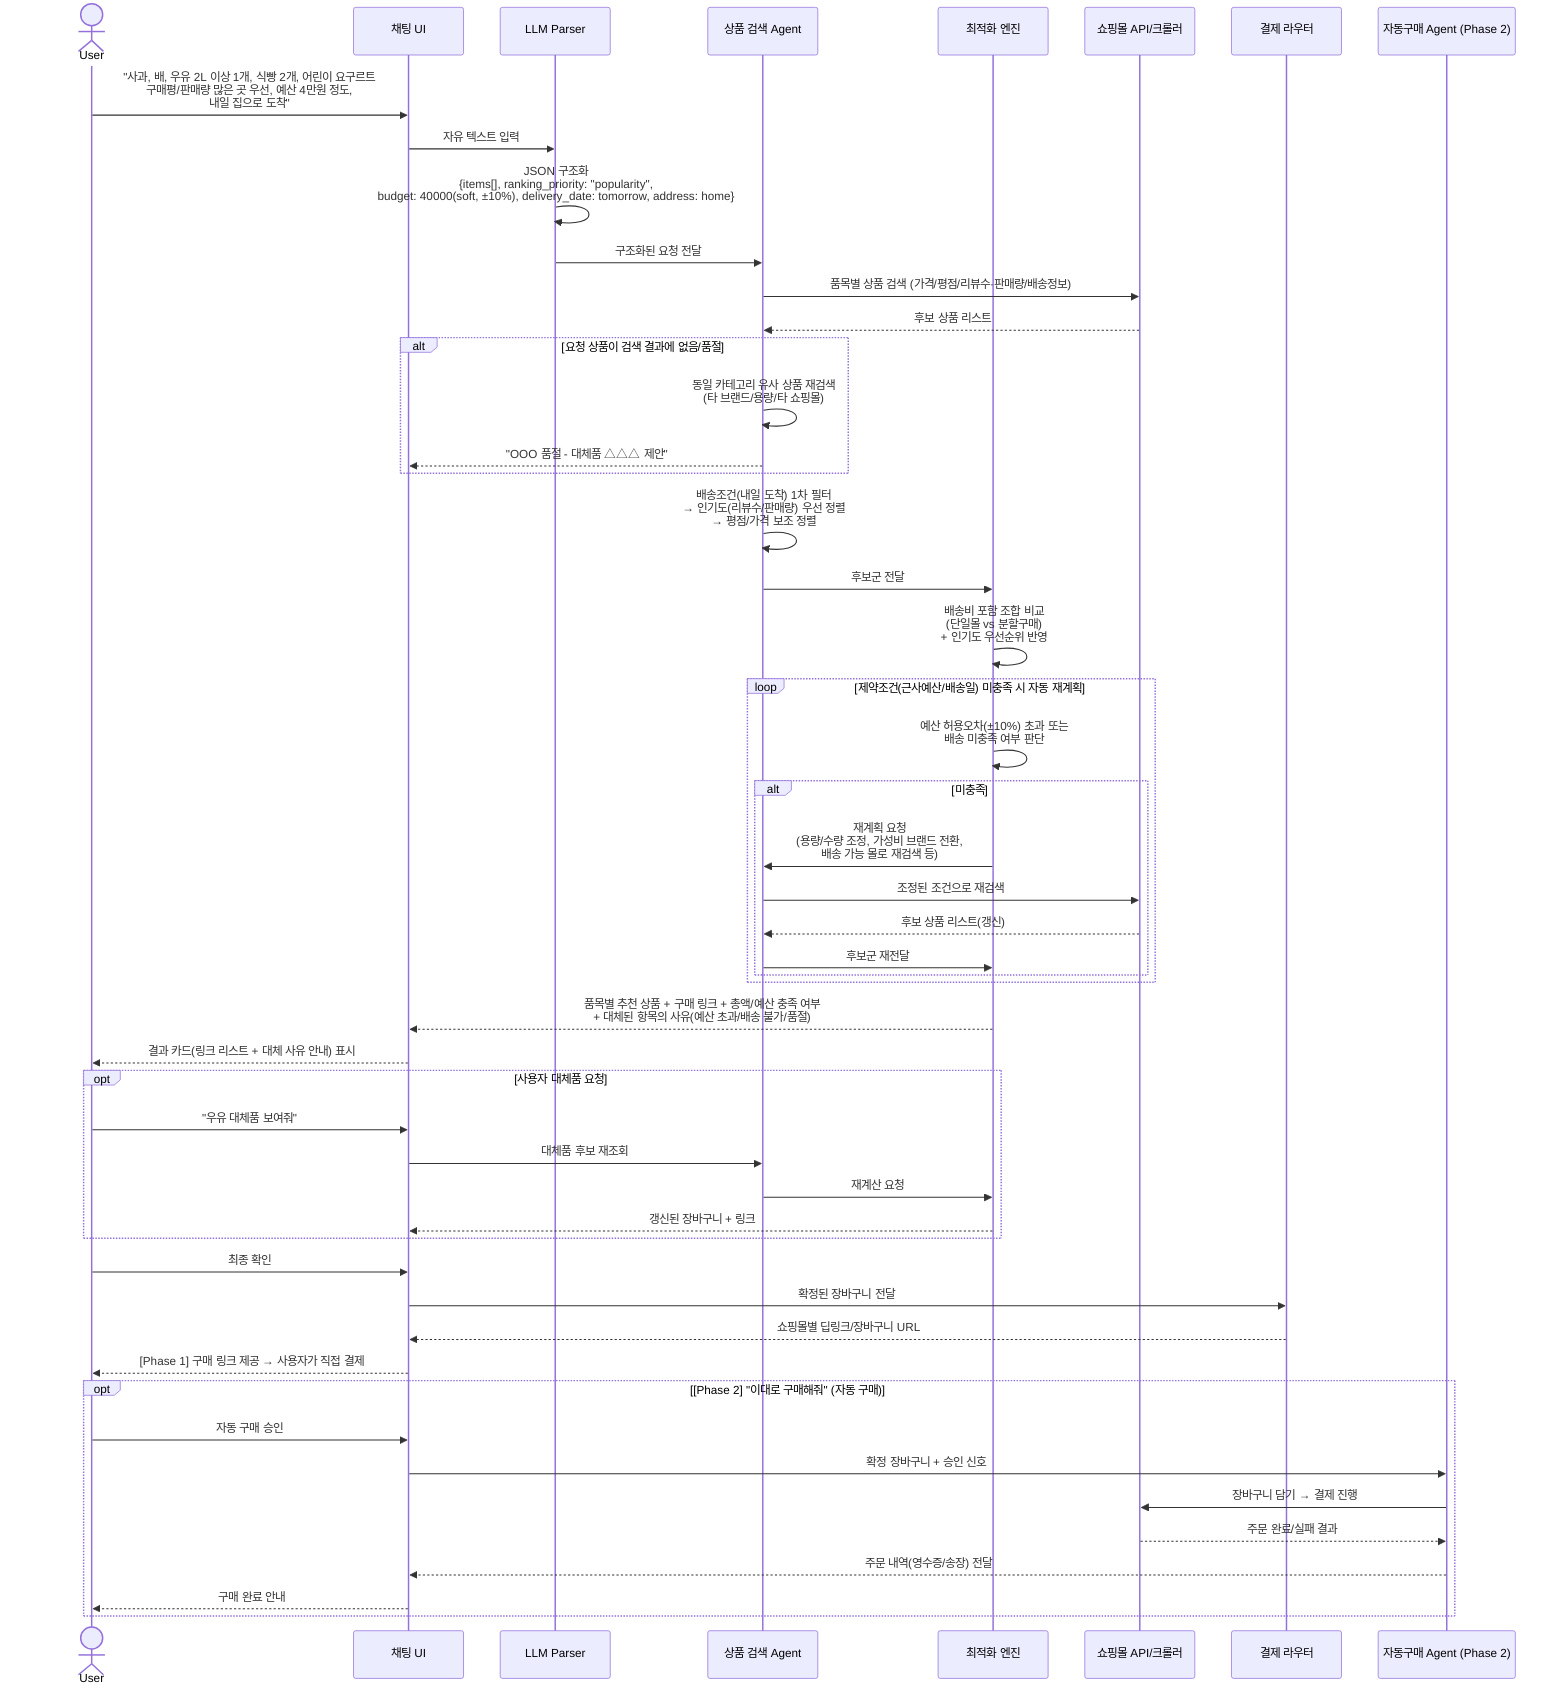
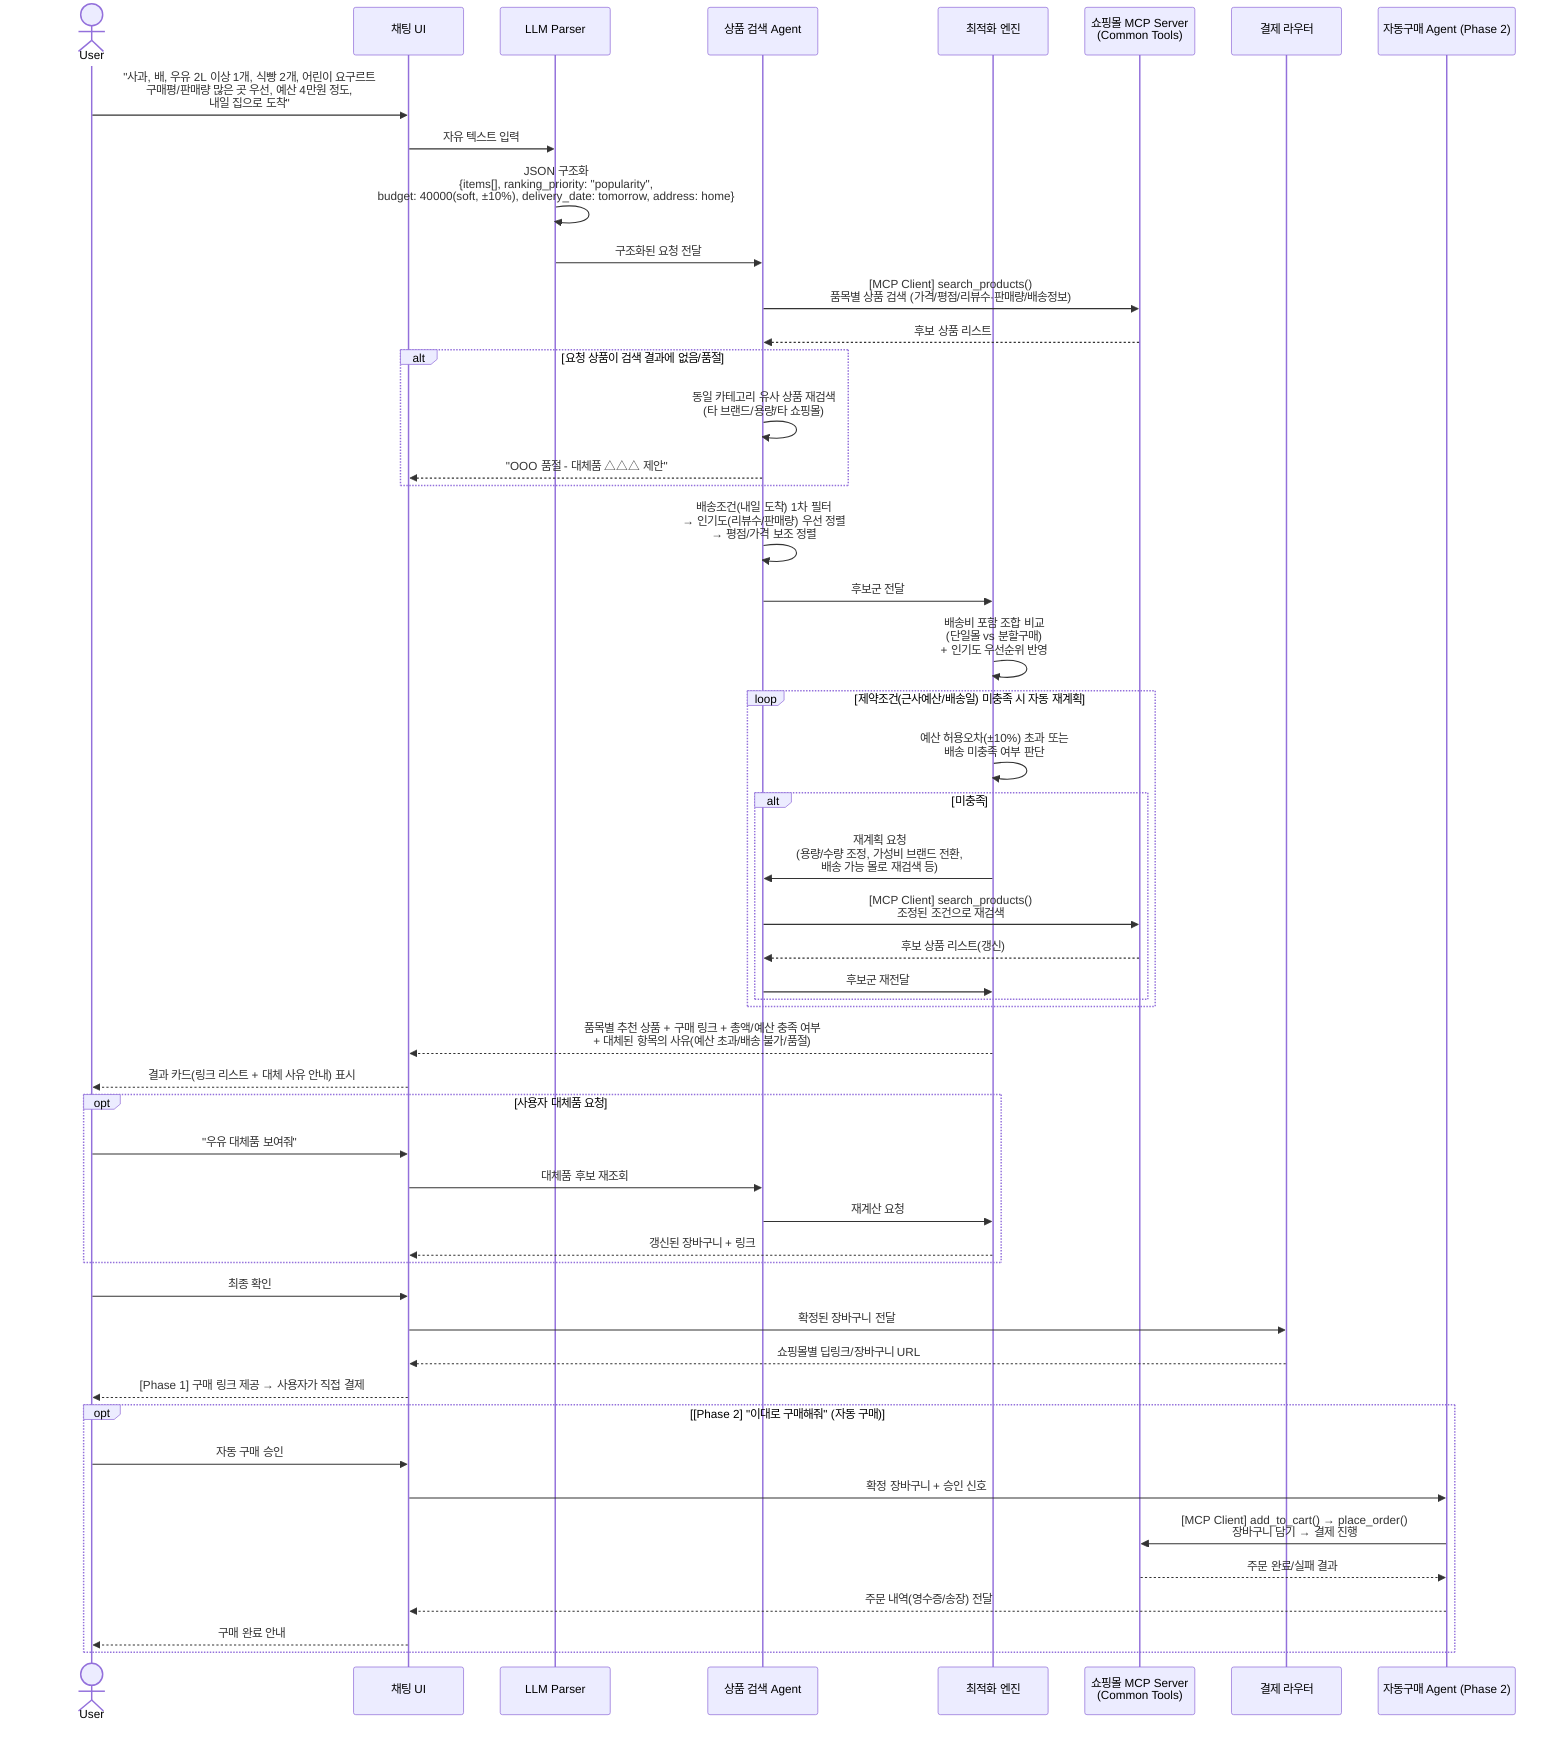
sequenceDiagram
    actor User
    participant UI as 채팅 UI
    participant Parser as LLM Parser
    participant Search as 상품 검색 Agent
    participant Optimizer as 최적화 엔진
-     participant Mall as 쇼핑몰 API/크롤러
+     participant Mall as 쇼핑몰 MCP Server<br/>(Common Tools)
    participant Router as 결제 라우터
    participant Purchase as 자동구매 Agent (Phase 2)

    User->>UI: "사과, 배, 우유 2L 이상 1개, 식빵 2개, 어린이 요구르트<br/>구매평/판매량 많은 곳 우선, 예산 4만원 정도,<br/>내일 집으로 도착"
    UI->>Parser: 자유 텍스트 입력
    Parser->>Parser: JSON 구조화<br/>{items[], ranking_priority: "popularity",<br/>budget: 40000(soft, ±10%), delivery_date: tomorrow, address: home}
    Parser->>Search: 구조화된 요청 전달
-     Search->>Mall: 품목별 상품 검색 (가격/평점/리뷰수·판매량/배송정보)
+     Search->>Mall: [MCP Client] search_products()<br/>품목별 상품 검색 (가격/평점/리뷰수·판매량/배송정보)
    Mall-->>Search: 후보 상품 리스트

    alt 요청 상품이 검색 결과에 없음/품절
        Search->>Search: 동일 카테고리 유사 상품 재검색<br/>(타 브랜드/용량/타 쇼핑몰)
        Search-->>UI: "OOO 품절 - 대체품 △△△ 제안"
    end

    Search->>Search: 배송조건(내일 도착) 1차 필터<br/>→ 인기도(리뷰수/판매량) 우선 정렬<br/>→ 평점/가격 보조 정렬
    Search->>Optimizer: 후보군 전달
    Optimizer->>Optimizer: 배송비 포함 조합 비교<br/>(단일몰 vs 분할구매)<br/>+ 인기도 우선순위 반영

    loop 제약조건(근사예산/배송일) 미충족 시 자동 재계획
        Optimizer->>Optimizer: 예산 허용오차(±10%) 초과 또는<br/>배송 미충족 여부 판단
        alt 미충족
            Optimizer->>Search: 재계획 요청<br/>(용량/수량 조정, 가성비 브랜드 전환,<br/>배송 가능 몰로 재검색 등)
-             Search->>Mall: 조정된 조건으로 재검색
+             Search->>Mall: [MCP Client] search_products()<br/>조정된 조건으로 재검색
            Mall-->>Search: 후보 상품 리스트(갱신)
            Search->>Optimizer: 후보군 재전달
        end
    end

    Optimizer-->>UI: 품목별 추천 상품 + 구매 링크 + 총액/예산 충족 여부<br/>+ 대체된 항목의 사유(예산 초과/배송 불가/품절)
    UI-->>User: 결과 카드(링크 리스트 + 대체 사유 안내) 표시

    opt 사용자 대체품 요청
        User->>UI: "우유 대체품 보여줘"
        UI->>Search: 대체품 후보 재조회
        Search->>Optimizer: 재계산 요청
        Optimizer-->>UI: 갱신된 장바구니 + 링크
    end

    User->>UI: 최종 확인
    UI->>Router: 확정된 장바구니 전달
    Router-->>UI: 쇼핑몰별 딥링크/장바구니 URL
    UI-->>User: [Phase 1] 구매 링크 제공 → 사용자가 직접 결제

    opt [Phase 2] "이대로 구매해줘" (자동 구매)
        User->>UI: 자동 구매 승인
        UI->>Purchase: 확정 장바구니 + 승인 신호
-         Purchase->>Mall: 장바구니 담기 → 결제 진행
+         Purchase->>Mall: [MCP Client] add_to_cart() → place_order()<br/>장바구니 담기 → 결제 진행
        Mall-->>Purchase: 주문 완료/실패 결과
        Purchase-->>UI: 주문 내역(영수증/송장) 전달
        UI-->>User: 구매 완료 안내
    end
